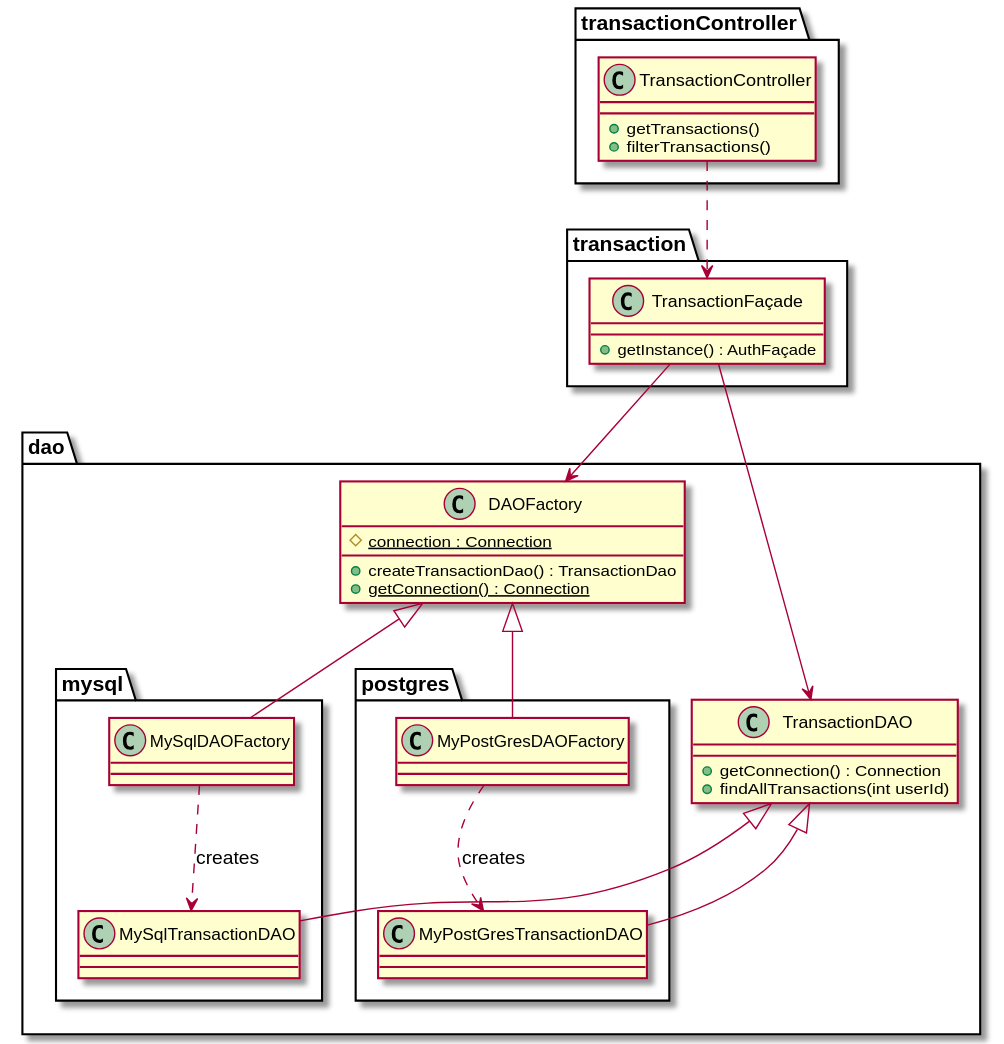
Julien-Wiegandt/SplitPay keeps this PlantUML diagram as documentation/software_design/get_transactions/get_transactions_class_diagram.svg. Above is the earlier version.
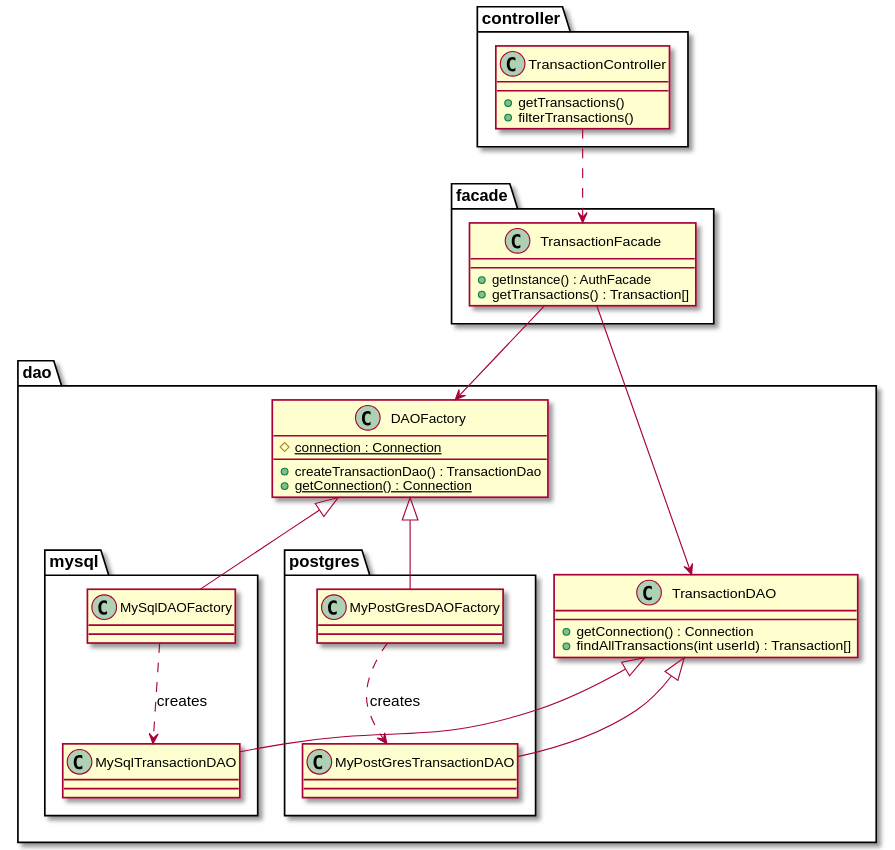
The same diagram one commit later.

Commit message:
Added sequence diagram and updated function syntaxes

Diff of the diagram source:
```diff
@@ -1,7 +1,6 @@
-@startuml get_transactions
+@startuml get_transactions_class_diagram
 
-package transactionController <<Folder>> {
-
+package controller <<Folder>> {
 
   class TransactionController {
     +getTransactions()
@@ -9,9 +8,10 @@
   }
 }
 
-package transaction <<Folder>> {
-  class TransactionFaçade {
-    +getInstance() : AuthFaçade
+package facade <<Folder>> {
+  class TransactionFacade {
+    +getInstance() : AuthFacade
+    +getTransactions() : Transaction[]
   }
 
 }
@@ -41,7 +41,7 @@
 
   class TransactionDAO {
     +getConnection() : Connection
-    +findAllTransactions(int userId)
+    +findAllTransactions(int userId) : Transaction[]
   }
 
   DAOFactory <|-- MySqlDAOFactory
@@ -51,10 +51,10 @@
 
 }
 
-TransactionController .down.> TransactionFaçade
+TransactionController .down.> TransactionFacade
 
-TransactionFaçade -down-> DAOFactory
+TransactionFacade -down-> DAOFactory
 
-TransactionFaçade --> TransactionDAO
+TransactionFacade --> TransactionDAO
 
 @enduml
```
